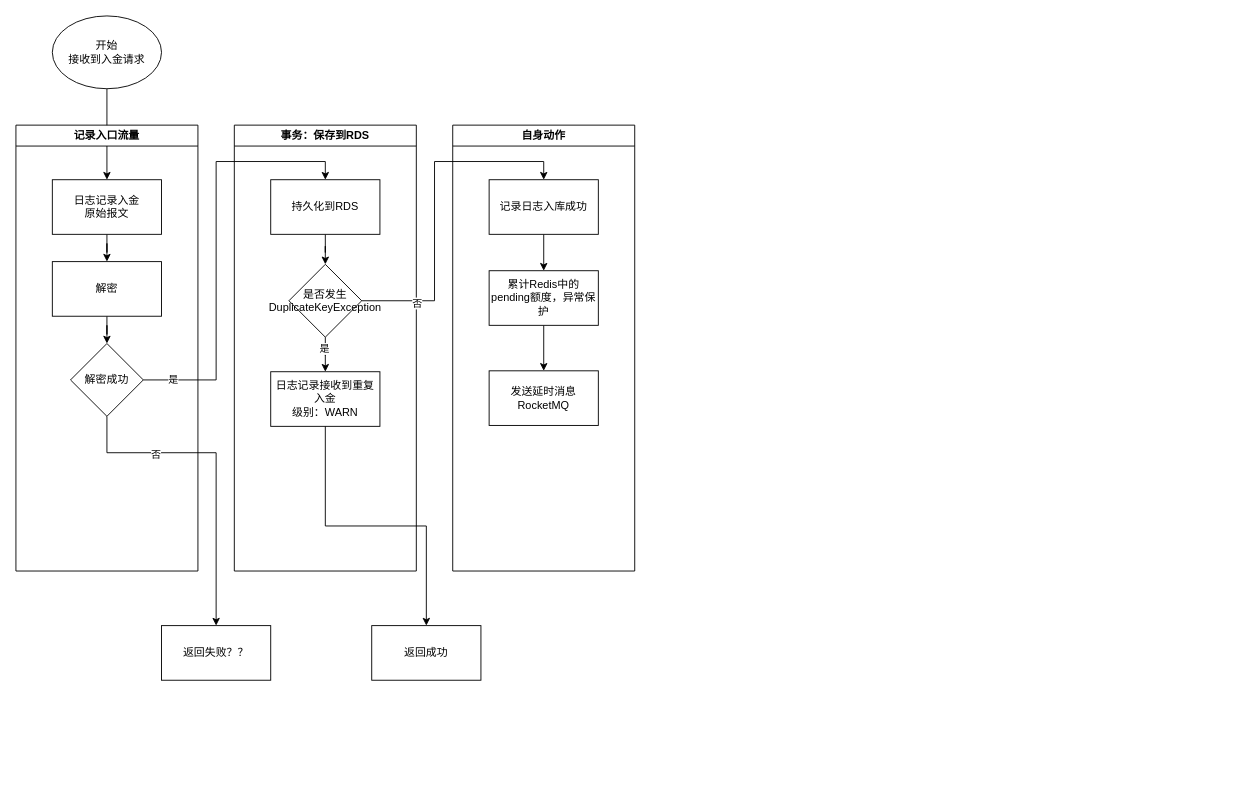
Before: NIBSS入金解决方案.drawio in catface996/images, a draw.io diagram. Source tidied: cells renumbered, new cells numbered last; positions are measured from the earlier drawing's top-left corner, leaving out a move shared by most shapes. Both pictures are drawn from the tidied source at 91%, with x=0, y=0 at pixel (15, 15).
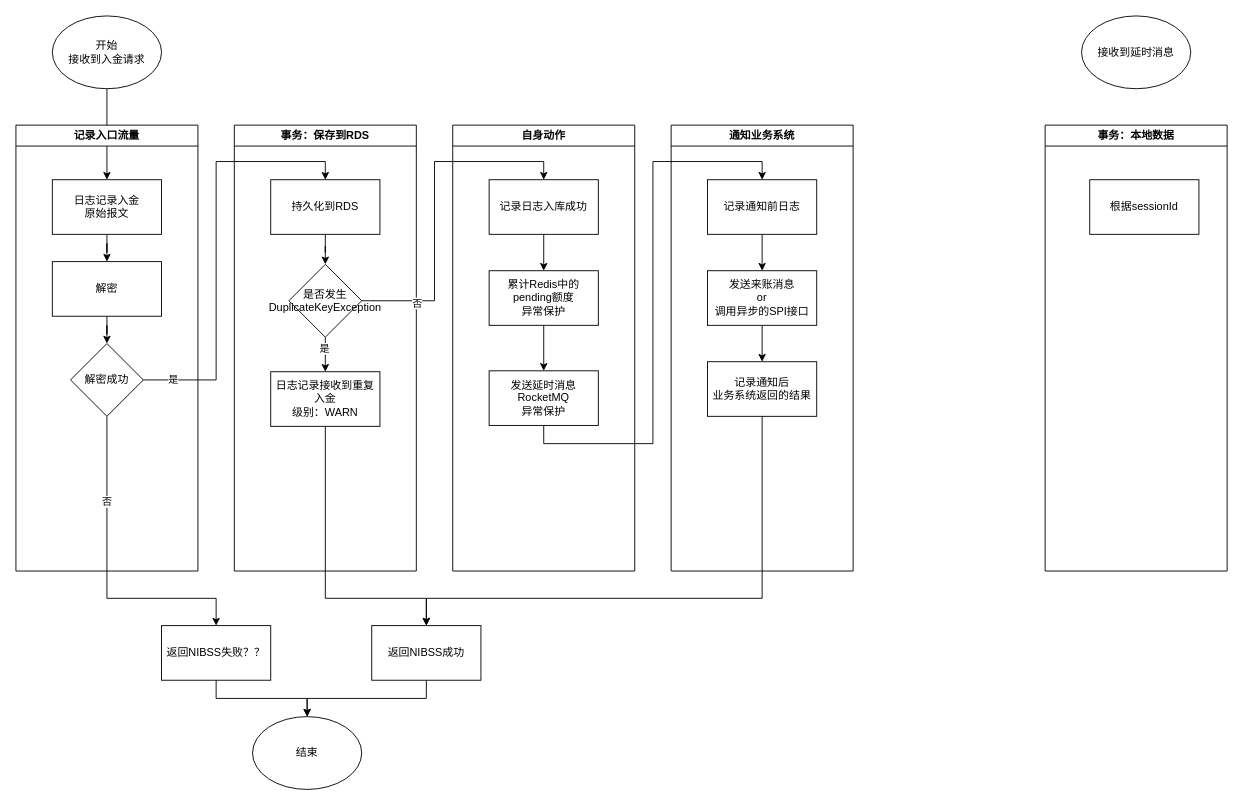
After the change.

Commit message:
更新NIBSS入金解决方案.drawio

Unchanged cells that the change refers to:
```xml
<mxCell id="10" value="日志记录接收到重复入金&lt;br&gt;级别：WARN" style="rounded=0;whiteSpace=wrap;html=1;" parent="4" vertex="1">
  <mxGeometry x="40" y="271" width="120" height="60" as="geometry" />
</mxCell>
<mxCell id="11" value="自身动作" style="swimlane;whiteSpace=wrap;html=1;" parent="1" vertex="1">
  <mxGeometry x="480" y="120" width="200" height="490" as="geometry" />
</mxCell>
<mxCell id="22" value="解密成功" style="rhombus;whiteSpace=wrap;html=1;" parent="17" vertex="1">
  <mxGeometry x="60" y="240" width="80" height="80" as="geometry" />
</mxCell>
```

The edit, as a diff of the source:
```diff
@@
-    <mxCell id="15" value="累计Redis中的pending额度，异常保护" style="rounded=0;whiteSpace=wrap;html=1;" parent="11" vertex="1">
+    <mxCell id="15" value="累计Redis中的pending额度&lt;br&gt;异常保护" style="rounded=0;whiteSpace=wrap;html=1;" parent="11" vertex="1">
       <mxGeometry x="40" y="160" width="120" height="60" as="geometry" />
     </mxCell>
-    <mxCell id="16" value="发送延时消息&lt;br&gt;RocketMQ" style="rounded=0;whiteSpace=wrap;html=1;" parent="11" vertex="1">
+    <mxCell id="16" value="发送延时消息&lt;br&gt;RocketMQ&lt;br&gt;异常保护" style="rounded=0;whiteSpace=wrap;html=1;" parent="11" vertex="1">
       <mxGeometry x="40" y="270" width="120" height="60" as="geometry" />
     </mxCell>
@@
+    <mxCell id="32" style="edgeStyle=orthogonalEdgeStyle;rounded=0;jettySize=auto;html=1;entryX=0.5;entryY=0;entryDx=0;entryDy=0;" parent="1" edge="1" source="23" target="34">
+      <mxGeometry relative="1" as="geometry" />
+    </mxCell>
-    <mxCell id="23" value="返回失败？？" style="rounded=0;whiteSpace=wrap;html=1;" parent="1" vertex="1">
+    <mxCell id="23" value="返回NIBSS失败？？" style="rounded=0;whiteSpace=wrap;html=1;" parent="1" vertex="1">
       <mxGeometry x="160" y="670" width="120" height="60" as="geometry" />
     </mxCell>
+    <mxCell id="33" style="edgeStyle=orthogonalEdgeStyle;rounded=0;jettySize=auto;html=1;entryX=0.5;entryY=0;entryDx=0;entryDy=0;exitX=0.5;exitY=1;exitDx=0;exitDy=0;" parent="1" edge="1" source="24" target="34">
+      <mxGeometry relative="1" as="geometry" />
+    </mxCell>
-    <mxCell id="24" value="返回成功" style="rounded=0;whiteSpace=wrap;html=1;" parent="1" vertex="1">
+    <mxCell id="24" value="返回NIBSS成功" style="rounded=0;whiteSpace=wrap;html=1;" parent="1" vertex="1">
       <mxGeometry x="391" y="670" width="120" height="60" as="geometry" />
     </mxCell>
@@
     <mxCell id="27" style="edgeStyle=orthogonalEdgeStyle;rounded=0;jettySize=auto;html=1;entryX=0.5;entryY=0;entryDx=0;entryDy=0;exitX=0.5;exitY=1;exitDx=0;exitDy=0;" parent="1" edge="1" source="22" target="23">
       <mxGeometry relative="1" as="geometry">
         <Array as="points">
-          <mxPoint x="100" y="480" />
-          <mxPoint x="220" y="480" />
+          <mxPoint x="100" y="640" />
+          <mxPoint x="220" y="640" />
         </Array>
       </mxGeometry>
     </mxCell>
@@
     <mxCell id="31" style="edgeStyle=orthogonalEdgeStyle;rounded=0;jettySize=auto;html=1;entryX=0.5;entryY=0;entryDx=0;entryDy=0;" parent="1" edge="1" source="10" target="24">
-      <mxGeometry relative="1" as="geometry" />
+      <mxGeometry relative="1" as="geometry">
+        <Array as="points">
+          <mxPoint x="340" y="640" />
+          <mxPoint x="451" y="640" />
+        </Array>
+      </mxGeometry>
     </mxCell>
+    <mxCell id="34" value="结束" style="ellipse;whiteSpace=wrap;html=1;" parent="1" vertex="1">
+      <mxGeometry x="260" y="770" width="120" height="80" as="geometry" />
+    </mxCell>
+    <mxCell id="35" value="通知业务系统" style="swimlane;whiteSpace=wrap;html=1;" parent="1" vertex="1">
+      <mxGeometry x="720" y="120" width="200" height="490" as="geometry" />
+    </mxCell>
+    <mxCell id="36" style="edgeStyle=orthogonalEdgeStyle;rounded=0;jettySize=auto;html=1;entryX=0.5;entryY=0;entryDx=0;entryDy=0;" parent="35" edge="1" source="37" target="40">
+      <mxGeometry relative="1" as="geometry" />
+    </mxCell>
+    <mxCell id="37" value="发送来账消息&lt;br&gt;or&lt;br&gt;调用异步的SPI接口" style="rounded=0;whiteSpace=wrap;html=1;" parent="35" vertex="1">
+      <mxGeometry x="40" y="160" width="120" height="60" as="geometry" />
+    </mxCell>
+    <mxCell id="38" style="edgeStyle=orthogonalEdgeStyle;rounded=0;jettySize=auto;html=1;entryX=0.5;entryY=0;entryDx=0;entryDy=0;" parent="35" edge="1" source="39" target="37">
+      <mxGeometry relative="1" as="geometry" />
+    </mxCell>
+    <mxCell id="39" value="记录通知前日志" style="rounded=0;whiteSpace=wrap;html=1;" parent="35" vertex="1">
+      <mxGeometry x="40" y="60" width="120" height="60" as="geometry" />
+    </mxCell>
+    <mxCell id="40" value="记录通知后&lt;br&gt;业务系统返回的结果" style="rounded=0;whiteSpace=wrap;html=1;" parent="35" vertex="1">
+      <mxGeometry x="40" y="260" width="120" height="60" as="geometry" />
+    </mxCell>
+    <mxCell id="41" style="edgeStyle=orthogonalEdgeStyle;rounded=0;jettySize=auto;html=1;entryX=0.5;entryY=0;entryDx=0;entryDy=0;exitX=0.5;exitY=1;exitDx=0;exitDy=0;" parent="1" edge="1" source="16" target="39">
+      <mxGeometry relative="1" as="geometry" />
+    </mxCell>
+    <mxCell id="42" style="edgeStyle=orthogonalEdgeStyle;rounded=0;jettySize=auto;html=1;entryX=0.5;entryY=0;entryDx=0;entryDy=0;" parent="1" edge="1" source="40" target="24">
+      <mxGeometry relative="1" as="geometry">
+        <Array as="points">
+          <mxPoint x="820" y="640" />
+          <mxPoint x="451" y="640" />
+        </Array>
+      </mxGeometry>
+    </mxCell>
+    <mxCell id="43" value="接收到延时消息" style="ellipse;whiteSpace=wrap;html=1;" parent="1" vertex="1">
+      <mxGeometry x="1171" width="120" height="80" as="geometry" />
+    </mxCell>
+    <mxCell id="44" value="事务：本地数据" style="swimlane;whiteSpace=wrap;html=1;" parent="1" vertex="1">
+      <mxGeometry x="1131" y="120" width="200" height="490" as="geometry" />
+    </mxCell>
+    <mxCell id="45" value="根据sessionId" style="rounded=0;whiteSpace=wrap;html=1;" parent="44" vertex="1">
+      <mxGeometry x="49" y="60" width="120" height="60" as="geometry" />
+    </mxCell>
```
